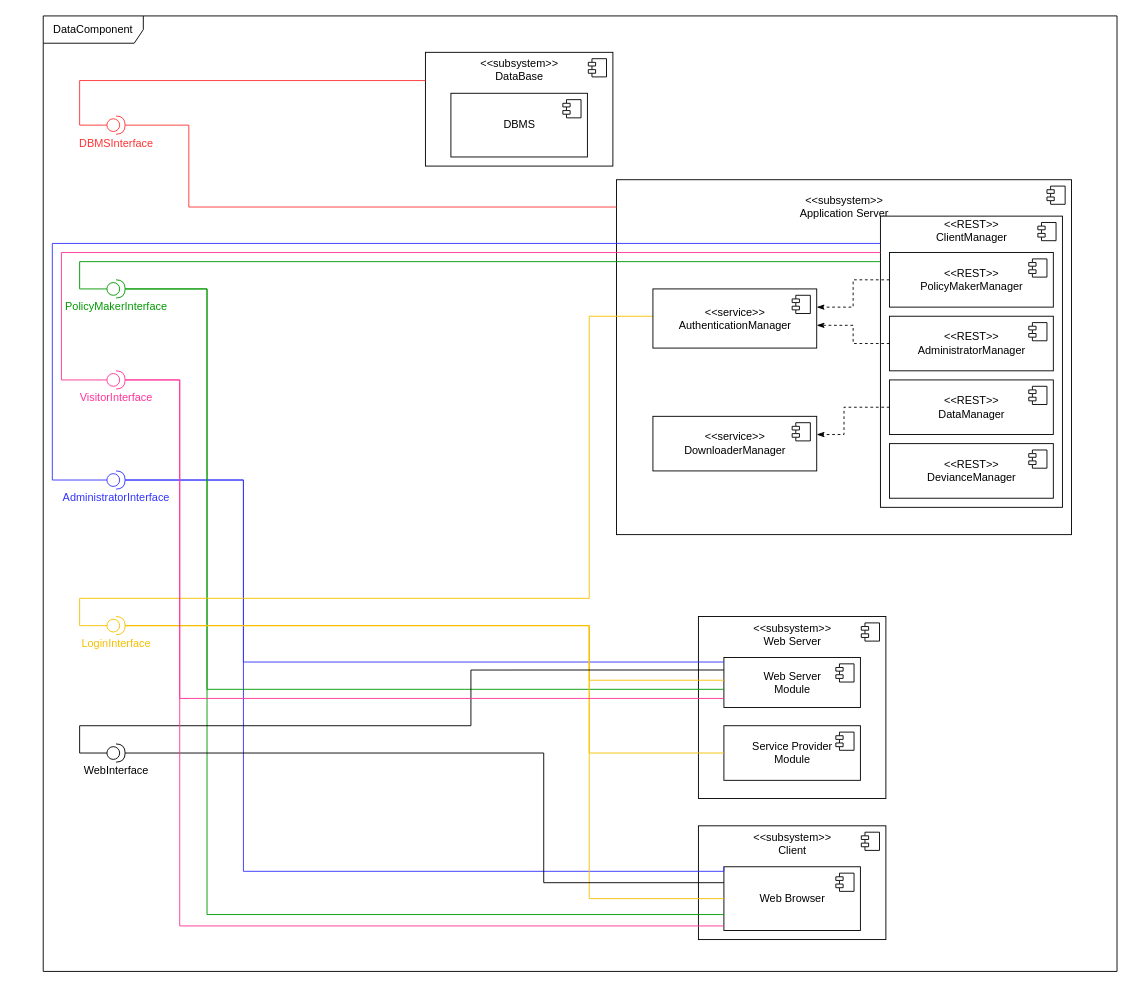
The draw.io diagram page "DataComponent" (2 of 2) of DD Diagrams/ComponentDiagram.drawio in matteovisotto/SE2-CecchettoSirianiVisotto, before the edit. Source tidied: cells renumbered, new cells numbered last; positions are measured from the earlier drawing's top-left corner, leaving out a move shared by most shapes. Both pictures are drawn from the tidied source at 91%, with x=0, y=0 at pixel (43, 15).
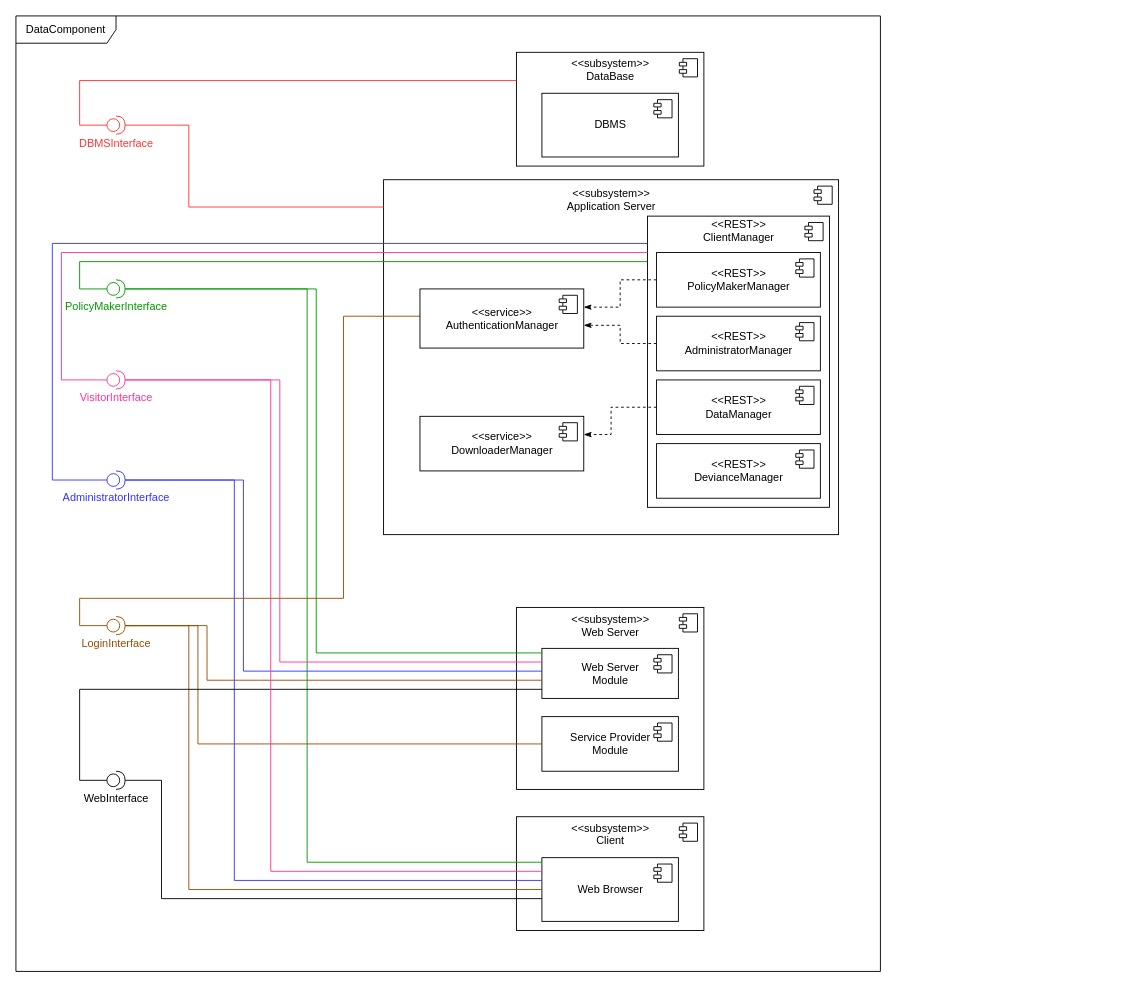
Above is the later version.

The change refers to these unchanged cells:
```xml
<mxCell id="6" value="Web Browser" style="html=1;" parent="3" vertex="1">
  <mxGeometry x="28" y="45" width="150" height="70" as="geometry" />
</mxCell>
<mxCell id="15" value="Web Server &lt;br&gt;Module" style="html=1;" parent="12" vertex="1">
  <mxGeometry x="28" y="45" width="150" height="55" as="geometry" />
</mxCell>
<mxCell id="17" value="Service Provider &lt;br&gt;Module" style="html=1;" parent="12" vertex="1">
  <mxGeometry x="28" y="120" width="150" height="60" as="geometry" />
</mxCell>
<mxCell id="29" value="&lt;font color=&quot;#3333ff&quot;&gt;AdministratorInterface&lt;/font&gt;" style="shape=providedRequiredInterface;html=1;verticalLabelPosition=bottom;sketch=0;strokeColor=#3333FF;" parent="1" vertex="1">
  <mxGeometry x="70" y="500" width="20" height="20" as="geometry" />
</mxCell>
<mxCell id="33" value="&lt;font color=&quot;#009900&quot;&gt;PolicyMakerInterface&lt;/font&gt;" style="shape=providedRequiredInterface;html=1;verticalLabelPosition=bottom;sketch=0;strokeColor=#009900;" parent="1" vertex="1">
  <mxGeometry x="70" y="290" width="20" height="20" as="geometry" />
</mxCell>
<mxCell id="58" value="&lt;font color=&quot;#ff3399&quot;&gt;VisitorInterface&lt;/font&gt;" style="shape=providedRequiredInterface;html=1;verticalLabelPosition=bottom;sketch=0;strokeColor=#FF3399;" parent="1" vertex="1">
  <mxGeometry x="70" y="390" width="20" height="20" as="geometry" />
</mxCell>
```

Diff of the diagram source:
```diff
@@
     <mxCell id="2" value="DataComponent" style="shape=umlFrame;whiteSpace=wrap;html=1;width=110;height=30;" parent="1" vertex="1">
-      <mxGeometry width="1180" height="1050" as="geometry" />
+      <mxGeometry x="-30" width="950" height="1050" as="geometry" />
     </mxCell>
     <mxCell id="3" style="group;" parent="1" vertex="1">
-      <mxGeometry x="720" y="890" width="206" height="125" as="geometry" />
+      <mxGeometry x="520" y="880" width="206" height="125" as="geometry" />
     </mxCell>
@@
-    <mxCell id="8" value="&amp;lt;&amp;lt;subsystem&amp;gt;&amp;gt;&lt;br&gt;Application Server&lt;br&gt;&lt;br&gt;&lt;br&gt;&lt;br&gt;&lt;br&gt;&lt;br&gt;&lt;br&gt;&lt;br&gt;&lt;br&gt;&lt;br&gt;&lt;br&gt;&lt;br&gt;&lt;br&gt;&lt;br&gt;&lt;br&gt;&lt;br&gt;&lt;br&gt;&lt;br&gt;&lt;br&gt;&lt;br&gt;&lt;br&gt;&lt;br&gt;&lt;br&gt;&lt;br&gt;" style="html=1;" parent="1" vertex="1">
-      <mxGeometry x="630" y="180" width="500" height="390" as="geometry" />
+    <mxCell id="8" value="&amp;lt;&amp;lt;subsystem&amp;gt;&amp;gt;&lt;br&gt;Application Server&lt;br&gt;&lt;br&gt;&lt;br&gt;&lt;br&gt;&lt;br&gt;&lt;br&gt;&lt;br&gt;&lt;br&gt;&lt;br&gt;&lt;br&gt;&lt;br&gt;&lt;br&gt;&lt;br&gt;&lt;br&gt;&lt;br&gt;&lt;br&gt;&lt;br&gt;&lt;br&gt;&lt;br&gt;&lt;br&gt;&lt;br&gt;&lt;br&gt;&lt;br&gt;&lt;br&gt;&lt;br&gt;" style="html=1;" parent="1" vertex="1">
+      <mxGeometry x="374" y="180" width="500" height="390" as="geometry" />
     </mxCell>
@@
     <mxCell id="10" value="&amp;lt;&amp;lt;REST&amp;gt;&amp;gt;&lt;br&gt;ClientManager&lt;br&gt;&lt;br&gt;&lt;br&gt;&lt;br&gt;&lt;br&gt;&lt;br&gt;&lt;br&gt;&lt;br&gt;&lt;br&gt;&lt;br&gt;&lt;br&gt;&lt;br&gt;&lt;br&gt;&lt;br&gt;&lt;br&gt;&lt;br&gt;&lt;br&gt;&lt;br&gt;&lt;br&gt;&lt;br&gt;&lt;br&gt;" style="html=1;" parent="1" vertex="1">
-      <mxGeometry x="920" y="220" width="200" height="320" as="geometry" />
+      <mxGeometry x="664" y="220" width="200" height="320" as="geometry" />
     </mxCell>
@@
     <mxCell id="12" style="group;" parent="1" vertex="1">
-      <mxGeometry x="720" y="660" width="206" height="200" as="geometry" />
+      <mxGeometry x="520" y="650" width="206" height="200" as="geometry" />
     </mxCell>
@@
     <mxCell id="21" style="group;" parent="1" vertex="1">
-      <mxGeometry x="420" y="40" width="206" height="125" as="geometry" />
+      <mxGeometry x="520" y="40" width="206" height="125" as="geometry" />
     </mxCell>
@@
-    <mxCell id="27" style="edgeStyle=orthogonalEdgeStyle;rounded=0;jettySize=auto;html=1;exitX=1;exitY=0.5;exitDx=0;exitDy=0;exitPerimeter=0;endArrow=none;endFill=0;strokeColor=#3333FF;" parent="1" edge="1" source="29">
+    <mxCell id="27" style="edgeStyle=orthogonalEdgeStyle;rounded=0;jettySize=auto;html=1;exitX=1;exitY=0.5;exitDx=0;exitDy=0;exitPerimeter=0;endArrow=none;endFill=0;strokeColor=#3333FF;" parent="1" edge="1" source="29" target="15">
       <mxGeometry relative="1" as="geometry">
-        <mxPoint x="748" y="710" as="targetPoint" />
         <Array as="points">
           <mxPoint x="220" y="510" />
-          <mxPoint x="220" y="710" />
+          <mxPoint x="220" y="720" />
         </Array>
       </mxGeometry>
     </mxCell>
-    <mxCell id="28" style="edgeStyle=orthogonalEdgeStyle;rounded=0;jettySize=auto;html=1;exitX=1;exitY=0.5;exitDx=0;exitDy=0;exitPerimeter=0;entryX=0;entryY=0;entryDx=0;entryDy=0;endArrow=none;endFill=0;strokeColor=#3333FF;" parent="1" edge="1" source="29" target="6">
+    <mxCell id="28" style="edgeStyle=orthogonalEdgeStyle;rounded=0;jettySize=auto;html=1;exitX=1;exitY=0.5;exitDx=0;exitDy=0;exitPerimeter=0;endArrow=none;endFill=0;strokeColor=#3333FF;" parent="1" edge="1" source="29" target="6">
       <mxGeometry relative="1" as="geometry">
         <Array as="points">
-          <mxPoint x="220" y="510" />
-          <mxPoint x="220" y="940" />
-          <mxPoint x="748" y="940" />
+          <mxPoint x="210" y="510" />
+          <mxPoint x="210" y="950" />
         </Array>
       </mxGeometry>
     </mxCell>
@@
-    <mxCell id="31" style="edgeStyle=orthogonalEdgeStyle;rounded=0;jettySize=auto;html=1;exitX=1;exitY=0.5;exitDx=0;exitDy=0;exitPerimeter=0;endArrow=none;endFill=0;strokeColor=#009900;" parent="1" edge="1" source="33">
+    <mxCell id="31" style="edgeStyle=orthogonalEdgeStyle;rounded=0;jettySize=auto;html=1;exitX=1;exitY=0.5;exitDx=0;exitDy=0;exitPerimeter=0;endArrow=none;endFill=0;strokeColor=#009900;" parent="1" edge="1" source="33" target="15">
       <mxGeometry relative="1" as="geometry">
-        <mxPoint x="748" y="740" as="targetPoint" />
         <Array as="points">
-          <mxPoint x="180" y="300" />
-          <mxPoint x="180" y="740" />
-          <mxPoint x="748" y="740" />
+          <mxPoint x="300" y="300" />
+          <mxPoint x="300" y="700" />
         </Array>
       </mxGeometry>
     </mxCell>
-    <mxCell id="32" style="edgeStyle=orthogonalEdgeStyle;rounded=0;jettySize=auto;html=1;exitX=1;exitY=0.5;exitDx=0;exitDy=0;exitPerimeter=0;entryX=0;entryY=0.75;entryDx=0;entryDy=0;endArrow=none;endFill=0;strokeColor=#009900;" parent="1" edge="1" source="33" target="6">
+    <mxCell id="32" style="edgeStyle=orthogonalEdgeStyle;rounded=0;jettySize=auto;html=1;exitX=1;exitY=0.5;exitDx=0;exitDy=0;exitPerimeter=0;endArrow=none;endFill=0;strokeColor=#009900;" parent="1" edge="1" source="33" target="6">
       <mxGeometry relative="1" as="geometry">
         <Array as="points">
-          <mxPoint x="180" y="300" />
-          <mxPoint x="180" y="988" />
+          <mxPoint x="290" y="300" />
+          <mxPoint x="290" y="930" />
         </Array>
       </mxGeometry>
     </mxCell>
@@
-    <mxCell id="34" style="edgeStyle=orthogonalEdgeStyle;rounded=0;jettySize=auto;html=1;exitX=1;exitY=0.5;exitDx=0;exitDy=0;exitPerimeter=0;endArrow=none;endFill=0;strokeColor=#F5C000;" parent="1" edge="1" source="37">
+    <mxCell id="34" style="edgeStyle=orthogonalEdgeStyle;rounded=0;jettySize=auto;html=1;exitX=1;exitY=0.5;exitDx=0;exitDy=0;exitPerimeter=0;endArrow=none;endFill=0;strokeColor=#994C00;" parent="1" edge="1" source="37" target="15">
       <mxGeometry relative="1" as="geometry">
-        <mxPoint x="748" y="730" as="targetPoint" />
         <Array as="points">
-          <mxPoint x="600" y="670" />
-          <mxPoint x="600" y="730" />
-          <mxPoint x="748" y="730" />
+          <mxPoint x="180" y="670" />
+          <mxPoint x="180" y="730" />
         </Array>
       </mxGeometry>
     </mxCell>
-    <mxCell id="35" style="edgeStyle=orthogonalEdgeStyle;rounded=0;jettySize=auto;html=1;exitX=1;exitY=0.5;exitDx=0;exitDy=0;exitPerimeter=0;entryX=0;entryY=0.5;entryDx=0;entryDy=0;endArrow=none;endFill=0;strokeColor=#F5C000;" parent="1" edge="1" source="37" target="17">
+    <mxCell id="35" style="edgeStyle=orthogonalEdgeStyle;rounded=0;jettySize=auto;html=1;exitX=1;exitY=0.5;exitDx=0;exitDy=0;exitPerimeter=0;endArrow=none;endFill=0;strokeColor=#994C00;" parent="1" edge="1" source="37" target="17">
       <mxGeometry relative="1" as="geometry">
         <Array as="points">
-          <mxPoint x="600" y="670" />
-          <mxPoint x="600" y="810" />
+          <mxPoint x="170" y="670" />
+          <mxPoint x="170" y="800" />
         </Array>
       </mxGeometry>
     </mxCell>
-    <mxCell id="36" style="edgeStyle=orthogonalEdgeStyle;rounded=0;jettySize=auto;html=1;exitX=1;exitY=0.5;exitDx=0;exitDy=0;exitPerimeter=0;entryX=0;entryY=0.5;entryDx=0;entryDy=0;endArrow=none;endFill=0;strokeColor=#F5C000;" parent="1" edge="1" source="37" target="6">
+    <mxCell id="36" style="edgeStyle=orthogonalEdgeStyle;rounded=0;jettySize=auto;html=1;exitX=1;exitY=0.5;exitDx=0;exitDy=0;exitPerimeter=0;endArrow=none;endFill=0;strokeColor=#994C00;" parent="1" edge="1" source="37" target="6">
       <mxGeometry relative="1" as="geometry">
         <Array as="points">
-          <mxPoint x="600" y="670" />
-          <mxPoint x="600" y="970" />
+          <mxPoint x="160" y="670" />
+          <mxPoint x="160" y="960" />
         </Array>
       </mxGeometry>
     </mxCell>
-    <mxCell id="37" value="&lt;font color=&quot;#f5c000&quot;&gt;LoginInterface&lt;/font&gt;" style="shape=providedRequiredInterface;html=1;verticalLabelPosition=bottom;sketch=0;strokeColor=#F5C000;" parent="1" vertex="1">
+    <mxCell id="37" value="&lt;font color=&quot;#994c00&quot;&gt;LoginInterface&lt;/font&gt;" style="shape=providedRequiredInterface;html=1;verticalLabelPosition=bottom;sketch=0;strokeColor=#994C00;" parent="1" vertex="1">
       <mxGeometry x="70" y="660" width="20" height="20" as="geometry" />
     </mxCell>
-    <mxCell id="38" style="edgeStyle=orthogonalEdgeStyle;rounded=0;jettySize=auto;html=1;exitX=0;exitY=0.5;exitDx=0;exitDy=0;exitPerimeter=0;entryX=0;entryY=0.25;entryDx=0;entryDy=0;endArrow=none;endFill=0;" parent="1" edge="1" source="40" target="15">
+    <mxCell id="38" style="edgeStyle=orthogonalEdgeStyle;rounded=0;jettySize=auto;html=1;exitX=0;exitY=0.5;exitDx=0;exitDy=0;exitPerimeter=0;endArrow=none;endFill=0;" parent="1" edge="1" source="40" target="15">
       <mxGeometry relative="1" as="geometry">
         <Array as="points">
-          <mxPoint x="40" y="810" />
-          <mxPoint x="40" y="780" />
-          <mxPoint x="470" y="780" />
-          <mxPoint x="470" y="719" />
+          <mxPoint x="40" y="840" />
+          <mxPoint x="40" y="740" />
         </Array>
       </mxGeometry>
     </mxCell>
-    <mxCell id="39" style="edgeStyle=orthogonalEdgeStyle;rounded=0;jettySize=auto;html=1;exitX=1;exitY=0.5;exitDx=0;exitDy=0;exitPerimeter=0;entryX=0;entryY=0.25;entryDx=0;entryDy=0;endArrow=none;endFill=0;" parent="1" edge="1" source="40" target="6">
+    <mxCell id="39" style="edgeStyle=orthogonalEdgeStyle;rounded=0;jettySize=auto;html=1;exitX=1;exitY=0.5;exitDx=0;exitDy=0;exitPerimeter=0;endArrow=none;endFill=0;" parent="1" edge="1" source="40" target="6">
       <mxGeometry relative="1" as="geometry">
         <Array as="points">
-          <mxPoint x="550" y="810" />
-          <mxPoint x="550" y="953" />
+          <mxPoint x="130" y="840" />
+          <mxPoint x="130" y="970" />
         </Array>
       </mxGeometry>
     </mxCell>
     <mxCell id="40" value="WebInterface" style="shape=providedRequiredInterface;html=1;verticalLabelPosition=bottom;sketch=0;" parent="1" vertex="1">
-      <mxGeometry x="70" y="800" width="20" height="20" as="geometry" />
+      <mxGeometry x="70" y="830" width="20" height="20" as="geometry" />
     </mxCell>
     <mxCell id="41" style="edgeStyle=orthogonalEdgeStyle;rounded=0;jettySize=auto;html=1;exitX=0;exitY=0.5;exitDx=0;exitDy=0;endArrow=classicThin;endFill=1;dashed=1;" parent="1" edge="1" source="42" target="50">
       <mxGeometry relative="1" as="geometry">
         <Array as="points">
-          <mxPoint x="890" y="290" />
-          <mxPoint x="890" y="320" />
+          <mxPoint x="634" y="290" />
+          <mxPoint x="634" y="320" />
         </Array>
       </mxGeometry>
     </mxCell>
     <mxCell id="42" value="&amp;lt;&amp;lt;REST&amp;gt;&amp;gt;&lt;br&gt;PolicyMakerManager" style="html=1;" parent="1" vertex="1">
-      <mxGeometry x="930" y="260" width="180" height="60" as="geometry" />
+      <mxGeometry x="674" y="260" width="180" height="60" as="geometry" />
     </mxCell>
@@
     <mxCell id="44" style="edgeStyle=orthogonalEdgeStyle;rounded=0;jettySize=auto;html=1;exitX=0;exitY=0.5;exitDx=0;exitDy=0;dashed=1;endArrow=classicThin;endFill=1;" parent="1" edge="1" source="45" target="50">
       <mxGeometry relative="1" as="geometry">
         <Array as="points">
-          <mxPoint x="890" y="360" />
-          <mxPoint x="890" y="340" />
+          <mxPoint x="634" y="360" />
+          <mxPoint x="634" y="340" />
         </Array>
       </mxGeometry>
     </mxCell>
     <mxCell id="45" value="&amp;lt;&amp;lt;REST&amp;gt;&amp;gt;&lt;br&gt;AdministratorManager" style="html=1;" parent="1" vertex="1">
-      <mxGeometry x="930" y="330" width="180" height="60" as="geometry" />
+      <mxGeometry x="674" y="330" width="180" height="60" as="geometry" />
     </mxCell>
@@
     <mxCell id="47" value="&amp;lt;&amp;lt;REST&amp;gt;&amp;gt;&lt;br&gt;DataManager" style="html=1;" parent="1" vertex="1">
-      <mxGeometry x="930" y="400" width="180" height="60" as="geometry" />
+      <mxGeometry x="674" y="400" width="180" height="60" as="geometry" />
     </mxCell>
@@
-    <mxCell id="49" style="edgeStyle=orthogonalEdgeStyle;rounded=0;jettySize=auto;html=1;entryX=0;entryY=0.5;entryDx=0;entryDy=0;entryPerimeter=0;endArrow=none;endFill=0;strokeColor=#F5C000;" parent="1" edge="1" source="50" target="37">
+    <mxCell id="49" style="edgeStyle=orthogonalEdgeStyle;rounded=0;jettySize=auto;html=1;entryX=0;entryY=0.5;entryDx=0;entryDy=0;entryPerimeter=0;endArrow=none;endFill=0;strokeColor=#994C00;" parent="1" edge="1" source="50" target="37">
       <mxGeometry relative="1" as="geometry">
         <Array as="points">
-          <mxPoint x="600" y="330" />
-          <mxPoint x="600" y="640" />
+          <mxPoint x="330" y="330" />
+          <mxPoint x="330" y="640" />
           <mxPoint x="40" y="640" />
           <mxPoint x="40" y="670" />
         </Array>
       </mxGeometry>
     </mxCell>
     <mxCell id="50" value="&amp;lt;&amp;lt;service&amp;gt;&amp;gt;&lt;br&gt;AuthenticationManager" style="html=1;" parent="1" vertex="1">
-      <mxGeometry x="670" y="300" width="180" height="65" as="geometry" />
+      <mxGeometry x="414" y="300" width="180" height="65" as="geometry" />
     </mxCell>
@@
     <mxCell id="52" value="&amp;lt;&amp;lt;service&amp;gt;&amp;gt;&lt;br&gt;DownloaderManager" style="html=1;" parent="1" vertex="1">
-      <mxGeometry x="670" y="440" width="180" height="60" as="geometry" />
+      <mxGeometry x="414" y="440" width="180" height="60" as="geometry" />
     </mxCell>
@@
     <mxCell id="54" value="&amp;lt;&amp;lt;REST&amp;gt;&amp;gt;&lt;br&gt;DevianceManager" style="html=1;" parent="1" vertex="1">
-      <mxGeometry x="930" y="470" width="180" height="60" as="geometry" />
+      <mxGeometry x="674" y="470" width="180" height="60" as="geometry" />
     </mxCell>
@@
     <mxCell id="59" style="edgeStyle=orthogonalEdgeStyle;rounded=0;jettySize=auto;html=1;exitX=1;exitY=0.5;exitDx=0;exitDy=0;exitPerimeter=0;endArrow=none;endFill=0;strokeColor=#FF3399;" parent="1" edge="1" source="58" target="6">
       <mxGeometry relative="1" as="geometry">
         <Array as="points">
-          <mxPoint x="150" y="400" />
-          <mxPoint x="150" y="1000" />
+          <mxPoint x="250" y="400" />
+          <mxPoint x="250" y="940" />
         </Array>
       </mxGeometry>
     </mxCell>
     <mxCell id="60" style="edgeStyle=orthogonalEdgeStyle;rounded=0;jettySize=auto;html=1;exitX=1;exitY=0.5;exitDx=0;exitDy=0;exitPerimeter=0;endArrow=none;endFill=0;strokeColor=#FF3399;" parent="1" edge="1" source="58" target="15">
       <mxGeometry relative="1" as="geometry">
         <Array as="points">
-          <mxPoint x="150" y="400" />
-          <mxPoint x="150" y="750" />
+          <mxPoint x="260" y="400" />
+          <mxPoint x="260" y="710" />
         </Array>
       </mxGeometry>
     </mxCell>
     <mxCell id="61" style="edgeStyle=orthogonalEdgeStyle;rounded=0;jettySize=auto;html=1;dashed=1;endArrow=classicThin;endFill=1;" parent="1" edge="1" source="47" target="52">
       <mxGeometry relative="1" as="geometry">
         <Array as="points">
-          <mxPoint x="880" y="430" />
-          <mxPoint x="880" y="460" />
+          <mxPoint x="624" y="430" />
+          <mxPoint x="624" y="460" />
         </Array>
       </mxGeometry>
     </mxCell>
```
